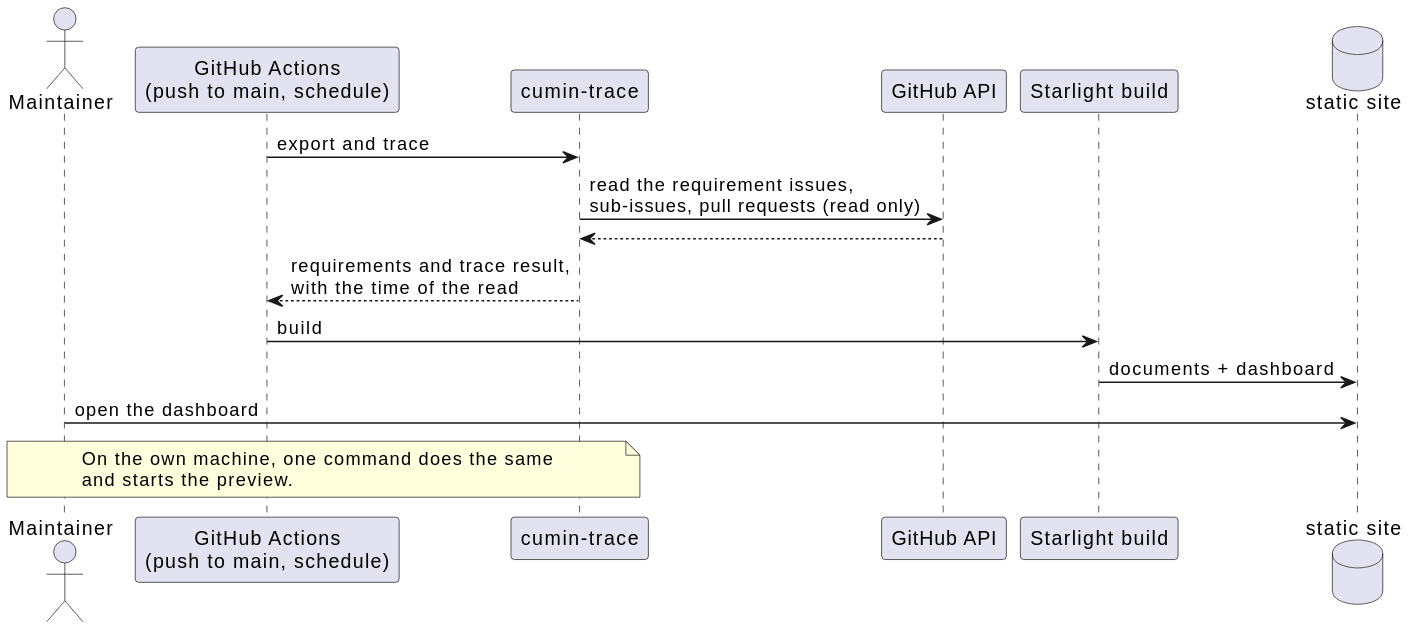
The PlantUML diagram docs/ja/requirements/dashboard/dashboard-update.svg in cloveclovedev/cumin-trace, before a commit.
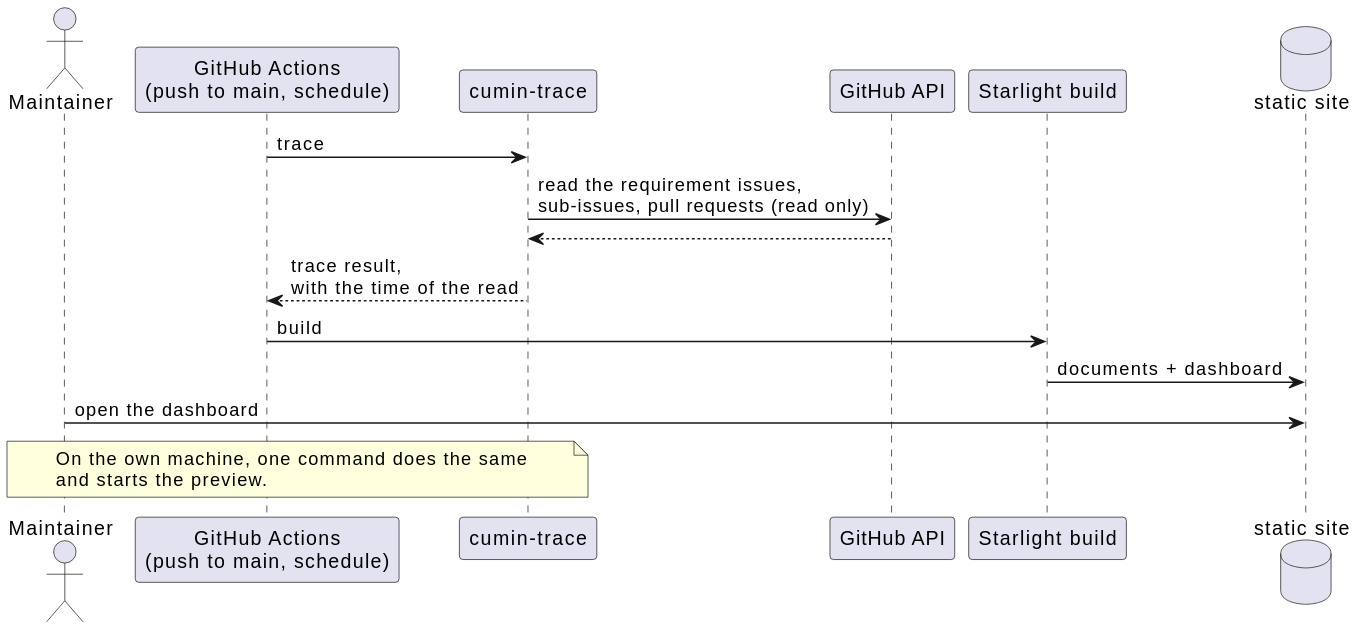
After the commit.

Commit message:
docs(requirements): label the dashboard update diagram with the trace only (#173)

The site workflow runs only `cumin-trace trace`, and its output holds the
keys of the export too (CTR-TRC-008). The diagram said "export and trace".


Claude-Session: https://claude.ai/code/session_011m6rhwQp4zvUSUBsZ5HpsY

Change to the diagram source:
```diff
@@ -8,10 +8,10 @@
 participant "Starlight build" as build
 database "static site" as site
 
-actions -> ct : export and trace
+actions -> ct : trace
 ct -> gh : read the requirement issues,\nsub-issues, pull requests (read only)
 gh --> ct
-ct --> actions : requirements and trace result,\nwith the time of the read
+ct --> actions : trace result,\nwith the time of the read
 actions -> build : build
 build -> site : documents + dashboard
 Maintainer -> site : open the dashboard
```
